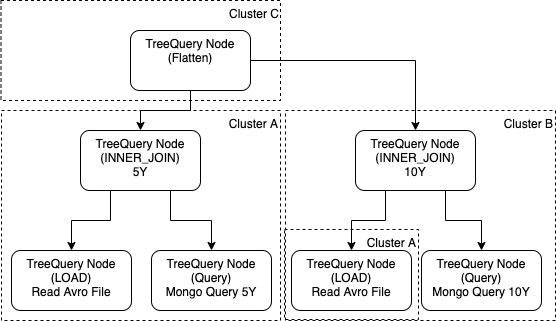
Above: resource/TreeQueryArchitectureCluster.png in pawarashish564/TreeQuery (draw.io), before the change. Source tidied: cells renumbered, new cells last; positions are measured from the earlier drawing's top-left corner, leaving out a move shared by most shapes.
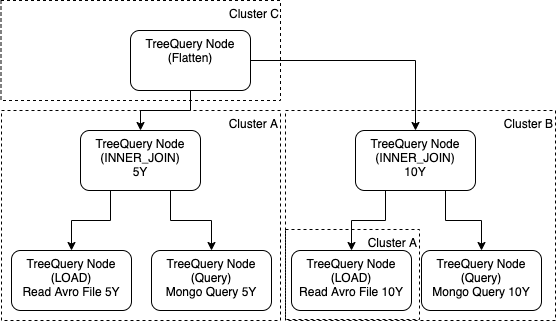
After the commit.

Commit message:
correct Design Document diagram

Diff of the diagram source:
```diff
@@ -26,7 +26,7 @@
     <mxCell id="9" value="TreeQuery Node&lt;br&gt;(INNER_JOIN)&lt;br&gt;5Y" style="rounded=1;whiteSpace=wrap;html=1;verticalAlign=top;" parent="1" vertex="1">
       <mxGeometry x="80" y="130" width="120" height="60" as="geometry" />
     </mxCell>
-    <mxCell id="10" value="TreeQuery Node&lt;br&gt;(LOAD)&lt;br&gt;Read Avro File" style="rounded=1;whiteSpace=wrap;html=1;verticalAlign=top;" parent="1" vertex="1">
+    <mxCell id="10" value="TreeQuery Node&lt;br&gt;(LOAD)&lt;br&gt;Read Avro File 5Y" style="rounded=1;whiteSpace=wrap;html=1;verticalAlign=top;" parent="1" vertex="1">
       <mxGeometry x="11" y="250" width="120" height="60" as="geometry" />
     </mxCell>
     <mxCell id="11" style="edgeStyle=orthogonalEdgeStyle;rounded=0;jettySize=auto;html=1;entryX=0.5;entryY=0;entryDx=0;entryDy=0;exitX=0.75;exitY=1;exitDx=0;exitDy=0;" parent="1" edge="1" source="12" target="15">
@@ -38,7 +38,7 @@
     <mxCell id="13" value="TreeQuery Node&lt;br&gt;(Query)&lt;br&gt;Mongo Query 5Y" style="rounded=1;whiteSpace=wrap;html=1;verticalAlign=top;" parent="1" vertex="1">
       <mxGeometry x="151" y="250" width="120" height="60" as="geometry" />
     </mxCell>
-    <mxCell id="14" value="TreeQuery Node&lt;br&gt;(LOAD)&lt;br&gt;Read Avro File" style="rounded=1;whiteSpace=wrap;html=1;verticalAlign=top;" parent="1" vertex="1">
+    <mxCell id="14" value="TreeQuery Node&lt;br&gt;(LOAD)&lt;br&gt;Read Avro File 10Y" style="rounded=1;whiteSpace=wrap;html=1;verticalAlign=top;" parent="1" vertex="1">
       <mxGeometry x="291" y="250" width="120" height="60" as="geometry" />
     </mxCell>
     <mxCell id="15" value="TreeQuery Node&lt;br&gt;(Query)&lt;br&gt;Mongo Query 10Y" style="rounded=1;whiteSpace=wrap;html=1;verticalAlign=top;" parent="1" vertex="1">
@@ -48,7 +48,7 @@
       <mxGeometry x="0.5" width="279.5" height="100" as="geometry" />
     </mxCell>
     <mxCell id="17" value="Cluster A" style="rounded=0;whiteSpace=wrap;html=1;fillColor=none;dashed=1;verticalAlign=top;align=right;" parent="1" vertex="1">
-      <mxGeometry x="284" y="229" width="134" height="90" as="geometry" />
+      <mxGeometry x="285" y="229" width="134" height="90" as="geometry" />
     </mxCell>
     <mxCell id="18" style="edgeStyle=orthogonalEdgeStyle;rounded=0;jettySize=auto;html=1;exitX=0.25;exitY=1;exitDx=0;exitDy=0;entryX=0.5;entryY=0;entryDx=0;entryDy=0;" parent="1" edge="1" source="12" target="14">
       <mxGeometry relative="1" as="geometry" />
```
